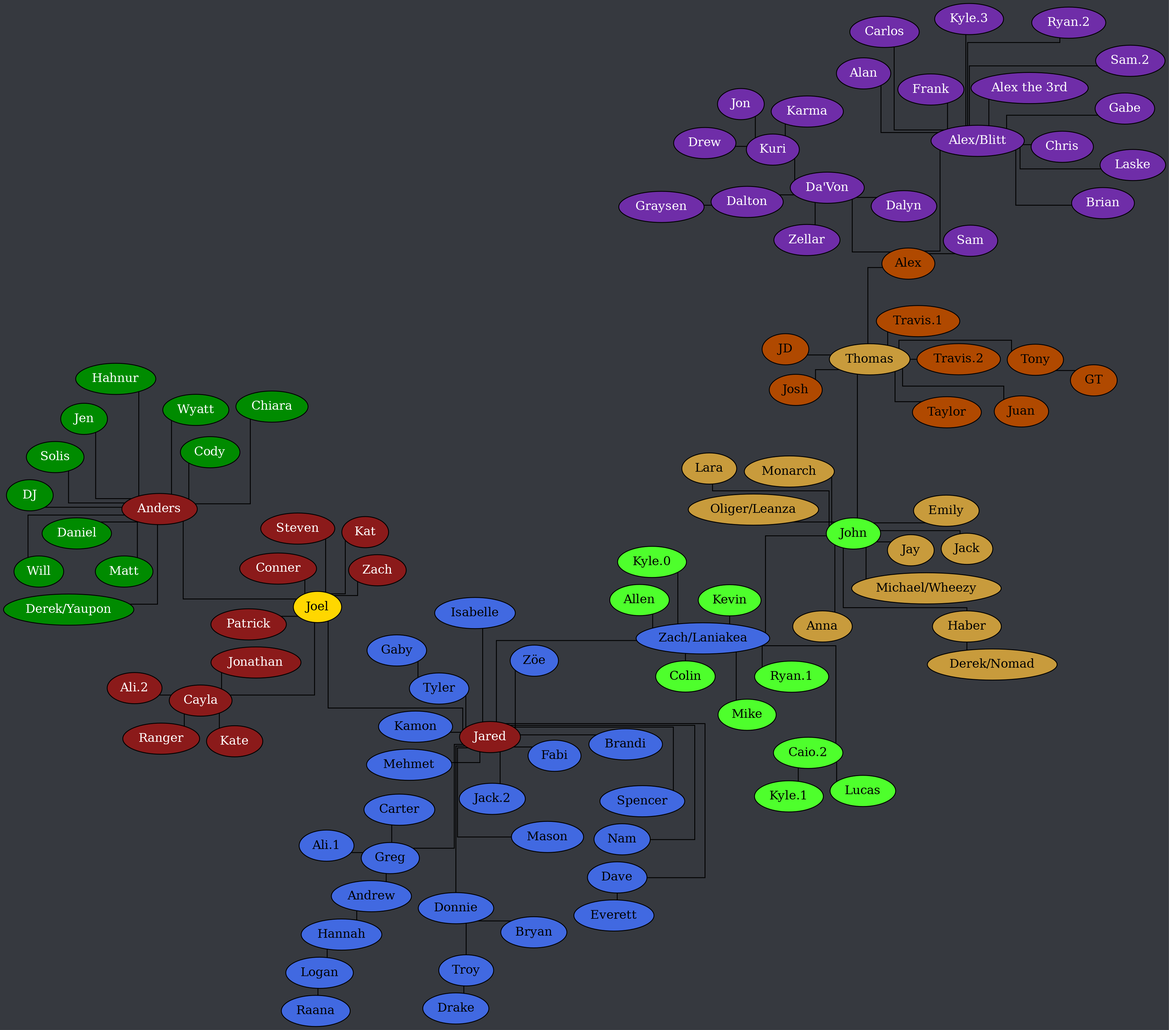
The Graphviz diagram tree.png in Documidas/CoronaCatzFamilyTree, before a commit. Its source is kept beside it as tree.dot.
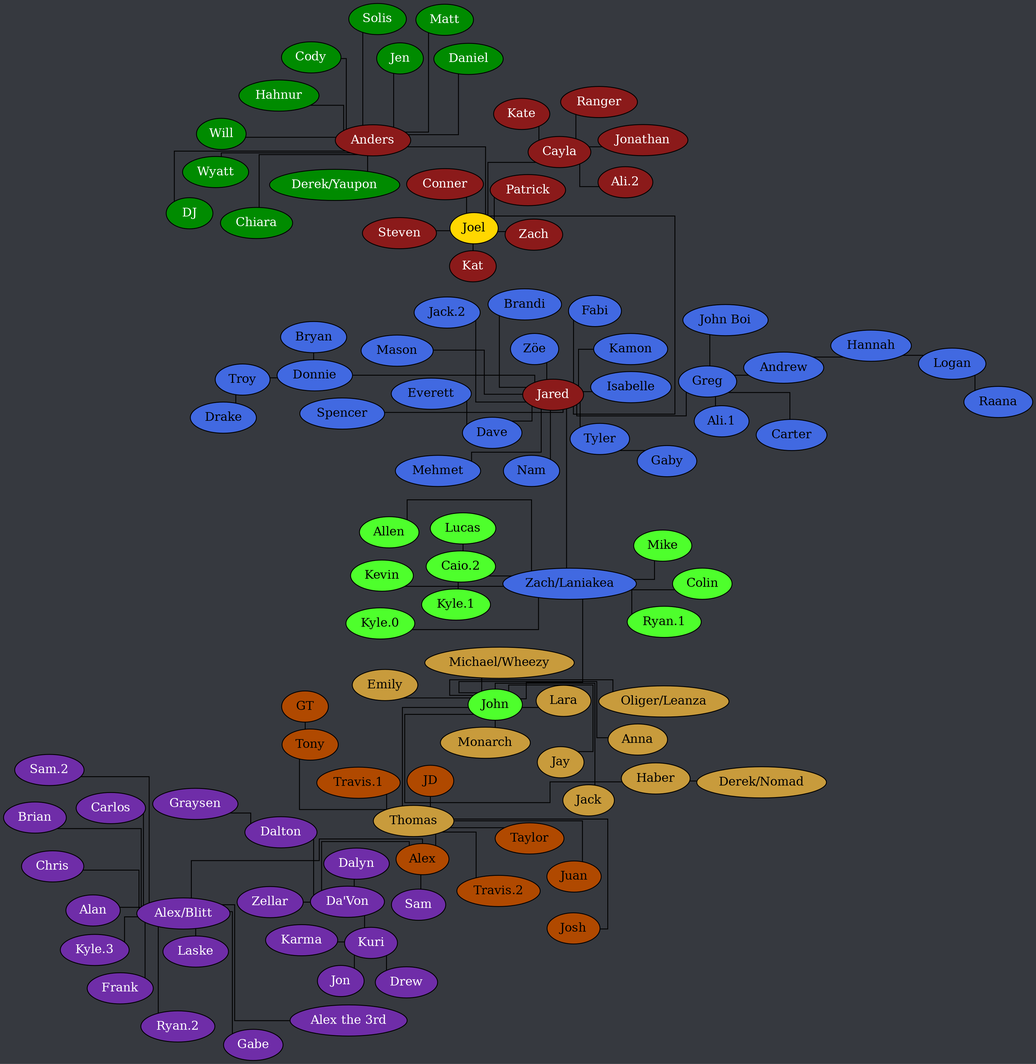
The same file after the commit.

Commit message:
Add John Boi

Change to the diagram source:
```diff
@@ -55,6 +55,7 @@
 		Greg -- "Ali.1";
 		Greg -- Andrew;
 		Greg -- Carter;
+		Greg -- "John Boi";
 		Hannah -- Logan;
 		Jared -- Brandi;
 		Jared -- Dave;
```
